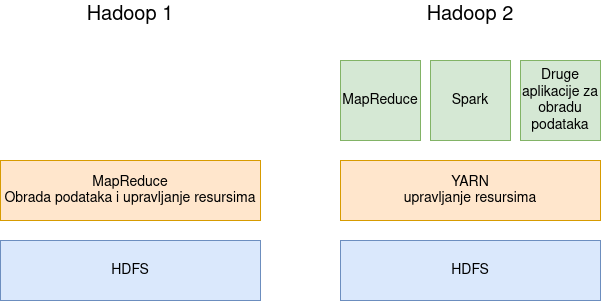
Before: thesis_serbian/master-thesis-tex-source/pictures/mr_yarn_hadoop_versions.png, a diagram exported from draw.io (davgav123/geo-locator). Source tidied: cells renumbered, new cells last; positions are measured from the earlier drawing's top-left corner, leaving out a move shared by most shapes. The source it was exported from:
```xml
<mxGraphModel>
  <root>
    <mxCell id="0" />
    <mxCell id="1" parent="0" />
    <mxCell id="2" value="&lt;div style=&quot;font-size: 14px&quot;&gt;&lt;font style=&quot;font-size: 14px&quot;&gt;MapReduce&lt;/font&gt;&lt;/div&gt;&lt;div style=&quot;font-size: 14px&quot;&gt;&lt;font style=&quot;font-size: 14px&quot;&gt;Obrada podataka i upravljanje resursima&lt;br&gt;&lt;/font&gt;&lt;/div&gt;" style="rounded=0;whiteSpace=wrap;html=1;fillColor=#ffe6cc;strokeColor=#d79b00;" parent="1" vertex="1">
      <mxGeometry y="160" width="260" height="60" as="geometry" />
    </mxCell>
    <mxCell id="3" value="&lt;font style=&quot;font-size: 14px&quot;&gt;HDFS&lt;/font&gt;" style="rounded=0;whiteSpace=wrap;html=1;fillColor=#dae8fc;strokeColor=#6c8ebf;" parent="1" vertex="1">
      <mxGeometry y="240" width="260" height="60" as="geometry" />
    </mxCell>
    <mxCell id="4" value="&lt;div style=&quot;font-size: 14px&quot;&gt;&lt;font style=&quot;font-size: 14px&quot;&gt;YARN&lt;/font&gt;&lt;/div&gt;&lt;div style=&quot;font-size: 14px&quot;&gt;&lt;font style=&quot;font-size: 14px&quot;&gt;upravljanje resursima&lt;br&gt;&lt;/font&gt;&lt;/div&gt;" style="rounded=0;whiteSpace=wrap;html=1;fillColor=#ffe6cc;strokeColor=#d79b00;" parent="1" vertex="1">
      <mxGeometry x="340" y="160" width="260" height="60" as="geometry" />
    </mxCell>
    <mxCell id="5" value="&lt;font style=&quot;font-size: 14px&quot;&gt;HDFS&lt;/font&gt;" style="rounded=0;whiteSpace=wrap;html=1;fillColor=#dae8fc;strokeColor=#6c8ebf;" parent="1" vertex="1">
      <mxGeometry x="340" y="240" width="260" height="60" as="geometry" />
    </mxCell>
    <mxCell id="6" value="&lt;font style=&quot;font-size: 14px&quot;&gt;MapReduce&lt;/font&gt;" style="whiteSpace=wrap;html=1;fillColor=#d5e8d4;strokeColor=#82b366;" parent="1" vertex="1">
      <mxGeometry x="340" y="60" width="80" height="80" as="geometry" />
    </mxCell>
    <mxCell id="7" value="&lt;font style=&quot;font-size: 14px&quot;&gt;Spark&lt;/font&gt;" style="whiteSpace=wrap;html=1;fillColor=#d5e8d4;strokeColor=#82b366;" parent="1" vertex="1">
      <mxGeometry x="430" y="60" width="80" height="80" as="geometry" />
    </mxCell>
    <mxCell id="8" value="&lt;font style=&quot;font-size: 14px&quot;&gt;Druge aplikacije za obradu podataka&lt;/font&gt;" style="whiteSpace=wrap;html=1;fillColor=#d5e8d4;strokeColor=#82b366;" parent="1" vertex="1">
      <mxGeometry x="520" y="60" width="80" height="80" as="geometry" />
    </mxCell>
    <mxCell id="9" value="&lt;font style=&quot;font-size: 20px&quot;&gt;Hadoop 1&lt;/font&gt;" style="text;html=1;strokeColor=none;fillColor=none;align=center;verticalAlign=middle;whiteSpace=wrap;rounded=0;" parent="1" vertex="1">
      <mxGeometry x="75" width="110" height="30" as="geometry" />
    </mxCell>
    <mxCell id="10" value="&lt;font style=&quot;font-size: 20px&quot;&gt;Hadoop 2&lt;br&gt;&lt;/font&gt;" style="text;html=1;strokeColor=none;fillColor=none;align=center;verticalAlign=middle;whiteSpace=wrap;rounded=0;" parent="1" vertex="1">
      <mxGeometry x="410" width="120" height="30" as="geometry" />
    </mxCell>
  </root>
</mxGraphModel>
```
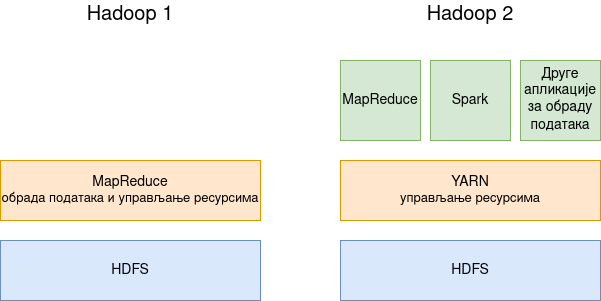
The same file after the commit.

The edit, as a diff of the source:
```diff
@@ -2,13 +2,13 @@
   <root>
     <mxCell id="0" />
     <mxCell id="1" parent="0" />
-    <mxCell id="2" value="&lt;div style=&quot;font-size: 14px&quot;&gt;&lt;font style=&quot;font-size: 14px&quot;&gt;MapReduce&lt;/font&gt;&lt;/div&gt;&lt;div style=&quot;font-size: 14px&quot;&gt;&lt;font style=&quot;font-size: 14px&quot;&gt;Obrada podataka i upravljanje resursima&lt;br&gt;&lt;/font&gt;&lt;/div&gt;" style="rounded=0;whiteSpace=wrap;html=1;fillColor=#ffe6cc;strokeColor=#d79b00;" parent="1" vertex="1">
+    <mxCell id="2" value="&lt;div style=&quot;font-size: 14px&quot;&gt;&lt;font style=&quot;font-size: 14px&quot;&gt;MapReduce&lt;/font&gt;&lt;/div&gt;&lt;div style=&quot;font-size: 13px;&quot;&gt;обрада података и управљање ресурсима&lt;font style=&quot;font-size: 14px&quot;&gt;&lt;br&gt;&lt;/font&gt;&lt;/div&gt;" style="rounded=0;whiteSpace=wrap;html=1;fillColor=#ffe6cc;strokeColor=#d79b00;" parent="1" vertex="1">
       <mxGeometry y="160" width="260" height="60" as="geometry" />
     </mxCell>
     <mxCell id="3" value="&lt;font style=&quot;font-size: 14px&quot;&gt;HDFS&lt;/font&gt;" style="rounded=0;whiteSpace=wrap;html=1;fillColor=#dae8fc;strokeColor=#6c8ebf;" parent="1" vertex="1">
       <mxGeometry y="240" width="260" height="60" as="geometry" />
     </mxCell>
-    <mxCell id="4" value="&lt;div style=&quot;font-size: 14px&quot;&gt;&lt;font style=&quot;font-size: 14px&quot;&gt;YARN&lt;/font&gt;&lt;/div&gt;&lt;div style=&quot;font-size: 14px&quot;&gt;&lt;font style=&quot;font-size: 14px&quot;&gt;upravljanje resursima&lt;br&gt;&lt;/font&gt;&lt;/div&gt;" style="rounded=0;whiteSpace=wrap;html=1;fillColor=#ffe6cc;strokeColor=#d79b00;" parent="1" vertex="1">
+    <mxCell id="4" value="&lt;div style=&quot;font-size: 14px&quot;&gt;&lt;font style=&quot;font-size: 14px&quot;&gt;YARN&lt;/font&gt;&lt;/div&gt;&lt;div style=&quot;font-size: 13px;&quot;&gt;управљање ресурсима&lt;font style=&quot;font-size: 14px&quot;&gt;&lt;br&gt;&lt;/font&gt;&lt;/div&gt;" style="rounded=0;whiteSpace=wrap;html=1;fillColor=#ffe6cc;strokeColor=#d79b00;" parent="1" vertex="1">
       <mxGeometry x="340" y="160" width="260" height="60" as="geometry" />
     </mxCell>
     <mxCell id="5" value="&lt;font style=&quot;font-size: 14px&quot;&gt;HDFS&lt;/font&gt;" style="rounded=0;whiteSpace=wrap;html=1;fillColor=#dae8fc;strokeColor=#6c8ebf;" parent="1" vertex="1">
@@ -20,7 +20,7 @@
     <mxCell id="7" value="&lt;font style=&quot;font-size: 14px&quot;&gt;Spark&lt;/font&gt;" style="whiteSpace=wrap;html=1;fillColor=#d5e8d4;strokeColor=#82b366;" parent="1" vertex="1">
       <mxGeometry x="430" y="60" width="80" height="80" as="geometry" />
     </mxCell>
-    <mxCell id="8" value="&lt;font style=&quot;font-size: 14px&quot;&gt;Druge aplikacije za obradu podataka&lt;/font&gt;" style="whiteSpace=wrap;html=1;fillColor=#d5e8d4;strokeColor=#82b366;" parent="1" vertex="1">
+    <mxCell id="8" value="&lt;font style=&quot;font-size: 14px;&quot;&gt;&lt;font style=&quot;font-size: 14px;&quot;&gt;Друге апликације за обраду података&lt;/font&gt;&lt;font style=&quot;font-size: 16px;&quot;&gt;&lt;br&gt;&lt;/font&gt;&lt;/font&gt;" style="whiteSpace=wrap;html=1;fillColor=#d5e8d4;strokeColor=#82b366;" parent="1" vertex="1">
       <mxGeometry x="520" y="60" width="80" height="80" as="geometry" />
     </mxCell>
     <mxCell id="9" value="&lt;font style=&quot;font-size: 20px&quot;&gt;Hadoop 1&lt;/font&gt;" style="text;html=1;strokeColor=none;fillColor=none;align=center;verticalAlign=middle;whiteSpace=wrap;rounded=0;" parent="1" vertex="1">
```
